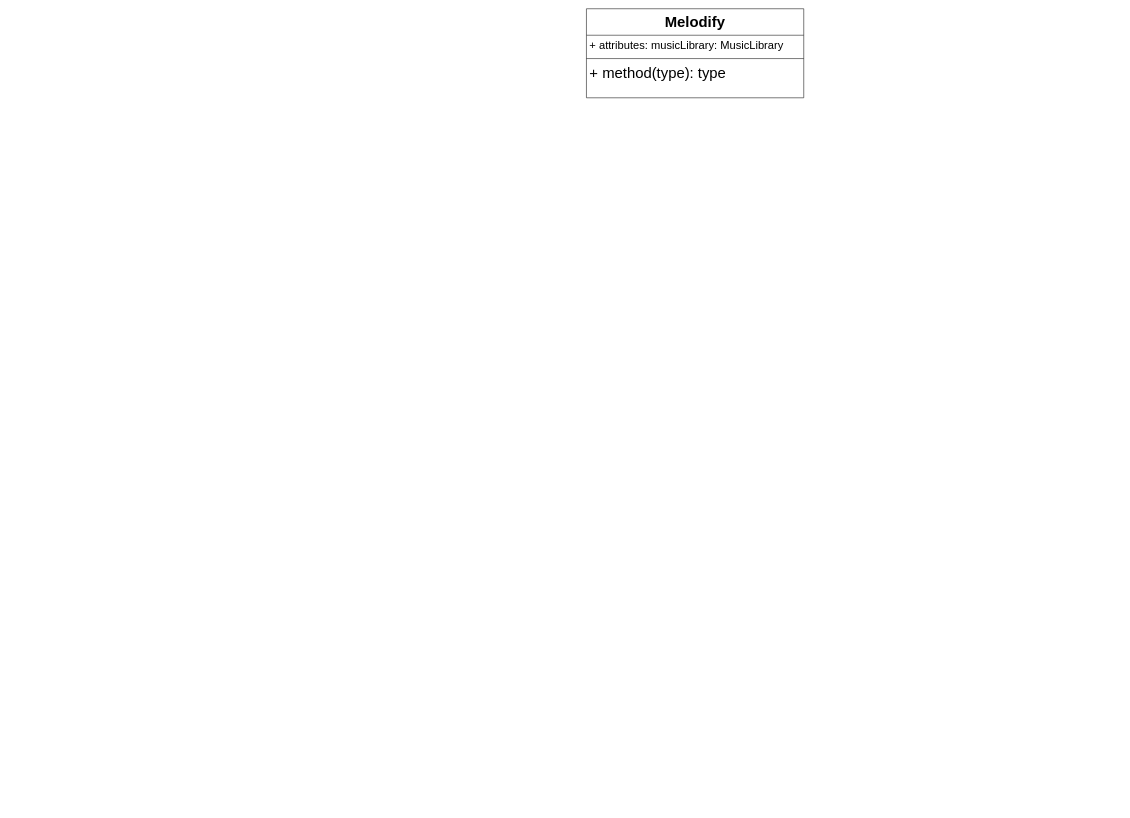
The draw.io diagram Melodify Diagram.drawio in hugovasko/Melodify, before the edit. Source tidied: cells renumbered, new cells numbered last; positions are measured from the earlier drawing's top-left corner, leaving out a move shared by most shapes. Both pictures are drawn from the tidied source at 53%, with x=0, y=0 at pixel (586, 8).
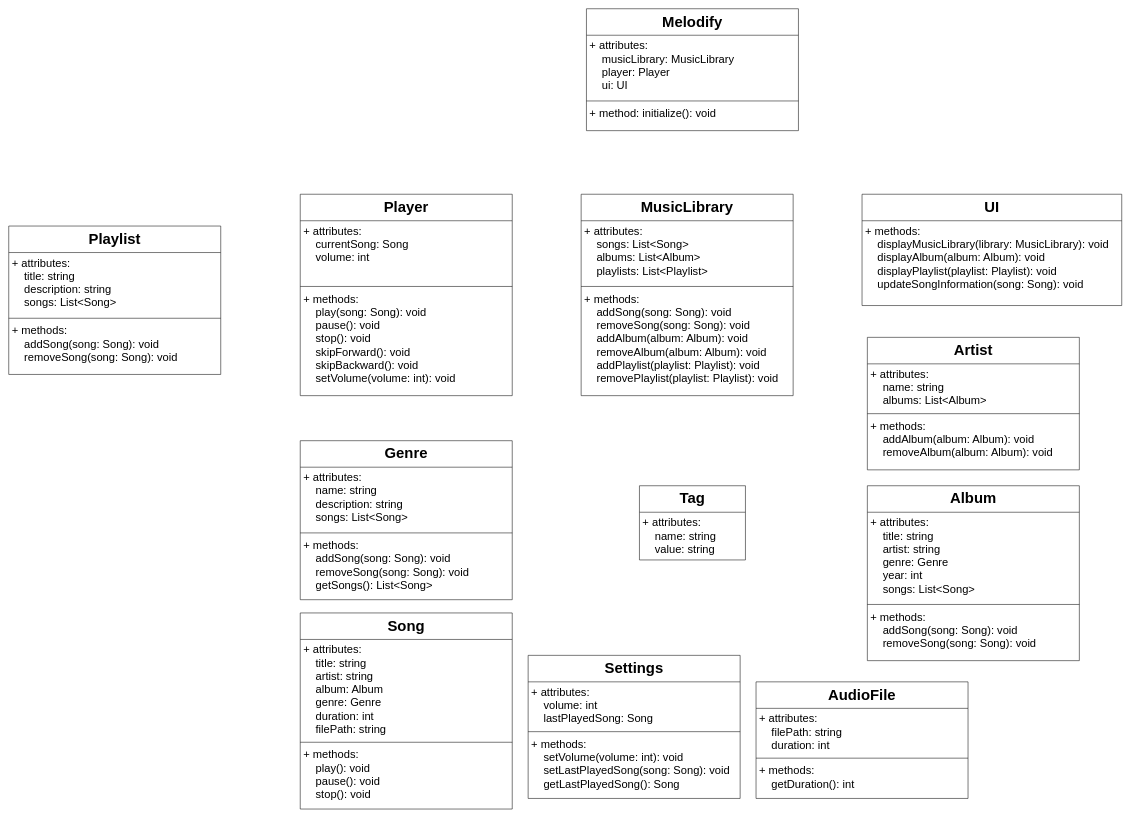
The same diagram, later.

Commit message (it also covers changes not shown here):
UML diagram

What changed in the source:
```diff
@@
     <mxCell id="2" value="Melodify" style="swimlane;fontStyle=1;align=center;verticalAlign=top;horizontal=1;startSize=50;fontSize=28;" parent="1" vertex="1">
-      <mxGeometry width="410" height="168" as="geometry" />
+      <mxGeometry width="400" height="230" as="geometry" />
     </mxCell>
-    <mxCell id="3" value="+ attributes: musicLibrary: MusicLibrary" style="text;strokeColor=none;fillColor=none;align=left;verticalAlign=top;spacingLeft=4;spacingRight=4;overflow=hidden;fontSize=21;fontStyle=0;" parent="2" vertex="1">
-      <mxGeometry y="50" width="410" height="40" as="geometry" />
+    <mxCell id="3" value="+ attributes: &#10;    musicLibrary: MusicLibrary&#10;    player: Player&#10;    ui: UI" style="text;strokeColor=none;fillColor=none;align=left;verticalAlign=top;spacingLeft=4;spacingRight=4;overflow=hidden;fontSize=21;fontStyle=0;" parent="2" vertex="1">
+      <mxGeometry y="50" width="400" height="120" as="geometry" />
     </mxCell>
     <mxCell id="4" style="line;strokeWidth=1;fillColor=none;align=left;verticalAlign=middle;spacingTop=-1;spacingLeft=3;spacingRight=3;labelPosition=right;strokeColor=inherit;fontSize=28;" parent="2" vertex="1">
-      <mxGeometry y="90" width="410" height="8" as="geometry" />
+      <mxGeometry y="170" width="400" height="8" as="geometry" />
     </mxCell>
-    <mxCell id="5" value="+ method(type): type" style="text;strokeColor=none;fillColor=none;align=left;verticalAlign=top;spacingLeft=4;spacingRight=4;overflow=hidden;fontSize=28;fontStyle=0;" parent="2" vertex="1">
-      <mxGeometry y="98" width="410" height="70" as="geometry" />
+    <mxCell id="5" value="+ method: initialize(): void" style="text;strokeColor=none;fillColor=none;align=left;verticalAlign=top;spacingLeft=4;spacingRight=4;overflow=hidden;fontSize=21;fontStyle=0;" parent="2" vertex="1">
+      <mxGeometry y="178" width="400" height="52" as="geometry" />
     </mxCell>
+    <mxCell id="6" value="MusicLibrary" style="swimlane;fontStyle=1;align=center;verticalAlign=top;horizontal=1;startSize=50;fontSize=28;" parent="1" vertex="1">
+      <mxGeometry x="-10" y="350" width="400" height="380" as="geometry" />
+    </mxCell>
+    <mxCell id="7" value="+ attributes: &#10;    songs: List&lt;Song&gt;&#10;    albums: List&lt;Album&gt;&#10;    playlists: List&lt;Playlist&gt;" style="text;strokeColor=none;fillColor=none;align=left;verticalAlign=top;spacingLeft=4;spacingRight=4;overflow=hidden;fontSize=21;fontStyle=0;" parent="6" vertex="1">
+      <mxGeometry y="50" width="400" height="120" as="geometry" />
+    </mxCell>
+    <mxCell id="8" style="line;strokeWidth=1;fillColor=none;align=left;verticalAlign=middle;spacingTop=-1;spacingLeft=3;spacingRight=3;labelPosition=right;strokeColor=inherit;fontSize=28;" parent="6" vertex="1">
+      <mxGeometry y="170" width="400" height="8" as="geometry" />
+    </mxCell>
+    <mxCell id="9" value="+ methods:&#10;    addSong(song: Song): void&#10;    removeSong(song: Song): void&#10;    addAlbum(album: Album): void&#10;    removeAlbum(album: Album): void&#10;    addPlaylist(playlist: Playlist): void&#10;    removePlaylist(playlist: Playlist): void" style="text;strokeColor=none;fillColor=none;align=left;verticalAlign=top;spacingLeft=4;spacingRight=4;overflow=hidden;fontSize=21;fontStyle=0;" parent="6" vertex="1">
+      <mxGeometry y="178" width="400" height="202" as="geometry" />
+    </mxCell>
+    <mxCell id="10" value="Song" style="swimlane;fontStyle=1;align=center;verticalAlign=top;horizontal=1;startSize=50;fontSize=28;" parent="1" vertex="1">
+      <mxGeometry x="-540" y="1140" width="400" height="370" as="geometry" />
+    </mxCell>
+    <mxCell id="11" value="+ attributes: &#10;    title: string&#10;    artist: string&#10;    album: Album&#10;    genre: Genre&#10;    duration: int&#10;    filePath: string" style="text;strokeColor=none;fillColor=none;align=left;verticalAlign=top;spacingLeft=4;spacingRight=4;overflow=hidden;fontSize=21;fontStyle=0;" parent="10" vertex="1">
+      <mxGeometry y="50" width="400" height="190" as="geometry" />
+    </mxCell>
+    <mxCell id="12" style="line;strokeWidth=1;fillColor=none;align=left;verticalAlign=middle;spacingTop=-1;spacingLeft=3;spacingRight=3;labelPosition=right;strokeColor=inherit;fontSize=28;" parent="10" vertex="1">
+      <mxGeometry y="240" width="400" height="8" as="geometry" />
+    </mxCell>
+    <mxCell id="13" value="+ methods:&#10;    play(): void&#10;    pause(): void&#10;    stop(): void" style="text;strokeColor=none;fillColor=none;align=left;verticalAlign=top;spacingLeft=4;spacingRight=4;overflow=hidden;fontSize=21;fontStyle=0;" parent="10" vertex="1">
+      <mxGeometry y="248" width="400" height="122" as="geometry" />
+    </mxCell>
+    <mxCell id="14" value="Album" style="swimlane;fontStyle=1;align=center;verticalAlign=top;horizontal=1;startSize=50;fontSize=28;" parent="1" vertex="1">
+      <mxGeometry x="530" y="900" width="400" height="330" as="geometry" />
+    </mxCell>
+    <mxCell id="15" value="+ attributes: &#10;    title: string&#10;    artist: string&#10;    genre: Genre&#10;    year: int&#10;    songs: List&lt;Song&gt;" style="text;strokeColor=none;fillColor=none;align=left;verticalAlign=top;spacingLeft=4;spacingRight=4;overflow=hidden;fontSize=21;fontStyle=0;" parent="14" vertex="1">
+      <mxGeometry y="50" width="400" height="170" as="geometry" />
+    </mxCell>
+    <mxCell id="16" style="line;strokeWidth=1;fillColor=none;align=left;verticalAlign=middle;spacingTop=-1;spacingLeft=3;spacingRight=3;labelPosition=right;strokeColor=inherit;fontSize=28;" parent="14" vertex="1">
+      <mxGeometry y="220" width="400" height="8" as="geometry" />
+    </mxCell>
+    <mxCell id="17" value="+ methods:&#10;    addSong(song: Song): void&#10;    removeSong(song: Song): void" style="text;strokeColor=none;fillColor=none;align=left;verticalAlign=top;spacingLeft=4;spacingRight=4;overflow=hidden;fontSize=21;fontStyle=0;" parent="14" vertex="1">
+      <mxGeometry y="228" width="400" height="102" as="geometry" />
+    </mxCell>
+    <mxCell id="18" value="Playlist" style="swimlane;fontStyle=1;align=center;verticalAlign=top;horizontal=1;startSize=50;fontSize=28;" parent="1" vertex="1">
+      <mxGeometry x="-1090" y="410" width="400" height="280" as="geometry" />
+    </mxCell>
+    <mxCell id="19" value="+ attributes: &#10;    title: string&#10;    description: string&#10;    songs: List&lt;Song&gt;" style="text;strokeColor=none;fillColor=none;align=left;verticalAlign=top;spacingLeft=4;spacingRight=4;overflow=hidden;fontSize=21;fontStyle=0;" parent="18" vertex="1">
+      <mxGeometry y="50" width="400" height="120" as="geometry" />
+    </mxCell>
+    <mxCell id="20" style="line;strokeWidth=1;fillColor=none;align=left;verticalAlign=middle;spacingTop=-1;spacingLeft=3;spacingRight=3;labelPosition=right;strokeColor=inherit;fontSize=28;" parent="18" vertex="1">
+      <mxGeometry y="170" width="400" height="8" as="geometry" />
+    </mxCell>
+    <mxCell id="21" value="+ methods:&#10;    addSong(song: Song): void&#10;    removeSong(song: Song): void" style="text;strokeColor=none;fillColor=none;align=left;verticalAlign=top;spacingLeft=4;spacingRight=4;overflow=hidden;fontSize=21;fontStyle=0;" parent="18" vertex="1">
+      <mxGeometry y="178" width="400" height="102" as="geometry" />
+    </mxCell>
+    <mxCell id="22" value="Player" style="swimlane;fontStyle=1;align=center;verticalAlign=top;horizontal=1;startSize=50;fontSize=28;" parent="1" vertex="1">
+      <mxGeometry x="-540" y="350" width="400" height="380" as="geometry" />
+    </mxCell>
+    <mxCell id="23" value="+ attributes: &#10;    currentSong: Song&#10;    volume: int" style="text;strokeColor=none;fillColor=none;align=left;verticalAlign=top;spacingLeft=4;spacingRight=4;overflow=hidden;fontSize=21;fontStyle=0;" parent="22" vertex="1">
+      <mxGeometry y="50" width="400" height="120" as="geometry" />
+    </mxCell>
+    <mxCell id="24" style="line;strokeWidth=1;fillColor=none;align=left;verticalAlign=middle;spacingTop=-1;spacingLeft=3;spacingRight=3;labelPosition=right;strokeColor=inherit;fontSize=28;" parent="22" vertex="1">
+      <mxGeometry y="170" width="400" height="8" as="geometry" />
+    </mxCell>
+    <mxCell id="25" value="+ methods:&#10;    play(song: Song): void&#10;    pause(): void&#10;    stop(): void&#10;    skipForward(): void&#10;    skipBackward(): void&#10;    setVolume(volume: int): void" style="text;strokeColor=none;fillColor=none;align=left;verticalAlign=top;spacingLeft=4;spacingRight=4;overflow=hidden;fontSize=21;fontStyle=0;" parent="22" vertex="1">
+      <mxGeometry y="178" width="400" height="202" as="geometry" />
+    </mxCell>
+    <mxCell id="26" value="UI" style="swimlane;fontStyle=1;align=center;verticalAlign=top;horizontal=1;startSize=50;fontSize=28;" parent="1" vertex="1">
+      <mxGeometry x="520" y="350" width="490" height="210" as="geometry" />
+    </mxCell>
+    <mxCell id="27" value="+ methods:&#10;    displayMusicLibrary(library: MusicLibrary): void&#10;    displayAlbum(album: Album): void&#10;    displayPlaylist(playlist: Playlist): void&#10;    updateSongInformation(song: Song): void" style="text;strokeColor=none;fillColor=none;align=left;verticalAlign=top;spacingLeft=4;spacingRight=4;overflow=hidden;fontSize=21;fontStyle=0;" parent="26" vertex="1">
+      <mxGeometry y="50" width="490" height="160" as="geometry" />
+    </mxCell>
+    <mxCell id="28" value="Artist" style="swimlane;fontStyle=1;align=center;verticalAlign=top;horizontal=1;startSize=50;fontSize=28;" parent="1" vertex="1">
+      <mxGeometry x="530" y="620" width="400" height="250" as="geometry" />
+    </mxCell>
+    <mxCell id="29" value="+ attributes: &#10;    name: string&#10;    albums: List&lt;Album&gt;" style="text;strokeColor=none;fillColor=none;align=left;verticalAlign=top;spacingLeft=4;spacingRight=4;overflow=hidden;fontSize=21;fontStyle=0;" parent="28" vertex="1">
+      <mxGeometry y="50" width="400" height="90" as="geometry" />
+    </mxCell>
+    <mxCell id="30" style="line;strokeWidth=1;fillColor=none;align=left;verticalAlign=middle;spacingTop=-1;spacingLeft=3;spacingRight=3;labelPosition=right;strokeColor=inherit;fontSize=28;" parent="28" vertex="1">
+      <mxGeometry y="140" width="400" height="8" as="geometry" />
+    </mxCell>
+    <mxCell id="31" value="+ methods:&#10;    addAlbum(album: Album): void&#10;    removeAlbum(album: Album): void" style="text;strokeColor=none;fillColor=none;align=left;verticalAlign=top;spacingLeft=4;spacingRight=4;overflow=hidden;fontSize=21;fontStyle=0;" parent="28" vertex="1">
+      <mxGeometry y="148" width="400" height="102" as="geometry" />
+    </mxCell>
+    <mxCell id="32" value="Genre" style="swimlane;fontStyle=1;align=center;verticalAlign=top;horizontal=1;startSize=50;fontSize=28;" parent="1" vertex="1">
+      <mxGeometry x="-540" y="815" width="400" height="300" as="geometry" />
+    </mxCell>
+    <mxCell id="33" value="+ attributes: &#10;    name: string&#10;    description: string&#10;    songs: List&lt;Song&gt;" style="text;strokeColor=none;fillColor=none;align=left;verticalAlign=top;spacingLeft=4;spacingRight=4;overflow=hidden;fontSize=21;fontStyle=0;" parent="32" vertex="1">
+      <mxGeometry y="50" width="400" height="120" as="geometry" />
+    </mxCell>
+    <mxCell id="34" style="line;strokeWidth=1;fillColor=none;align=left;verticalAlign=middle;spacingTop=-1;spacingLeft=3;spacingRight=3;labelPosition=right;strokeColor=inherit;fontSize=28;" parent="32" vertex="1">
+      <mxGeometry y="170" width="400" height="8" as="geometry" />
+    </mxCell>
+    <mxCell id="35" value="+ methods:&#10;    addSong(song: Song): void&#10;    removeSong(song: Song): void&#10;    getSongs(): List&lt;Song&gt;" style="text;strokeColor=none;fillColor=none;align=left;verticalAlign=top;spacingLeft=4;spacingRight=4;overflow=hidden;fontSize=21;fontStyle=0;" parent="32" vertex="1">
+      <mxGeometry y="178" width="400" height="122" as="geometry" />
+    </mxCell>
+    <mxCell id="36" value="AudioFile" style="swimlane;fontStyle=1;align=center;verticalAlign=top;horizontal=1;startSize=50;fontSize=28;" parent="1" vertex="1">
+      <mxGeometry x="320" y="1270" width="400" height="220" as="geometry" />
+    </mxCell>
+    <mxCell id="37" value="+ attributes: &#10;    filePath: string&#10;    duration: int" style="text;strokeColor=none;fillColor=none;align=left;verticalAlign=top;spacingLeft=4;spacingRight=4;overflow=hidden;fontSize=21;fontStyle=0;" parent="36" vertex="1">
+      <mxGeometry y="50" width="400" height="90" as="geometry" />
+    </mxCell>
+    <mxCell id="38" style="line;strokeWidth=1;fillColor=none;align=left;verticalAlign=middle;spacingTop=-1;spacingLeft=3;spacingRight=3;labelPosition=right;strokeColor=inherit;fontSize=28;" parent="36" vertex="1">
+      <mxGeometry y="140" width="400" height="8" as="geometry" />
+    </mxCell>
+    <mxCell id="39" value="+ methods:&#10;    getDuration(): int" style="text;strokeColor=none;fillColor=none;align=left;verticalAlign=top;spacingLeft=4;spacingRight=4;overflow=hidden;fontSize=21;fontStyle=0;" parent="36" vertex="1">
+      <mxGeometry y="148" width="400" height="72" as="geometry" />
+    </mxCell>
+    <mxCell id="40" value="Tag" style="swimlane;fontStyle=1;align=center;verticalAlign=top;horizontal=1;startSize=50;fontSize=28;" parent="1" vertex="1">
+      <mxGeometry x="100" y="900" width="200" height="140" as="geometry" />
+    </mxCell>
+    <mxCell id="41" value="+ attributes: &#10;    name: string&#10;    value: string" style="text;strokeColor=none;fillColor=none;align=left;verticalAlign=top;spacingLeft=4;spacingRight=4;overflow=hidden;fontSize=21;fontStyle=0;" parent="40" vertex="1">
+      <mxGeometry y="50" width="200" height="90" as="geometry" />
+    </mxCell>
+    <mxCell id="42" value="Settings" style="swimlane;fontStyle=1;align=center;verticalAlign=top;horizontal=1;startSize=50;fontSize=28;" parent="1" vertex="1">
+      <mxGeometry x="-110" y="1220" width="400" height="270" as="geometry" />
+    </mxCell>
+    <mxCell id="43" value="+ attributes: &#10;    volume: int&#10;    lastPlayedSong: Song" style="text;strokeColor=none;fillColor=none;align=left;verticalAlign=top;spacingLeft=4;spacingRight=4;overflow=hidden;fontSize=21;fontStyle=0;" parent="42" vertex="1">
+      <mxGeometry y="50" width="400" height="90" as="geometry" />
+    </mxCell>
+    <mxCell id="44" style="line;strokeWidth=1;fillColor=none;align=left;verticalAlign=middle;spacingTop=-1;spacingLeft=3;spacingRight=3;labelPosition=right;strokeColor=inherit;fontSize=28;" parent="42" vertex="1">
+      <mxGeometry y="140" width="400" height="8" as="geometry" />
+    </mxCell>
+    <mxCell id="45" value="+ methods:&#10;    setVolume(volume: int): void&#10;    setLastPlayedSong(song: Song): void&#10;    getLastPlayedSong(): Song&#10;" style="text;strokeColor=none;fillColor=none;align=left;verticalAlign=top;spacingLeft=4;spacingRight=4;overflow=hidden;fontSize=21;fontStyle=0;" parent="42" vertex="1">
+      <mxGeometry y="148" width="400" height="122" as="geometry" />
+    </mxCell>
```
